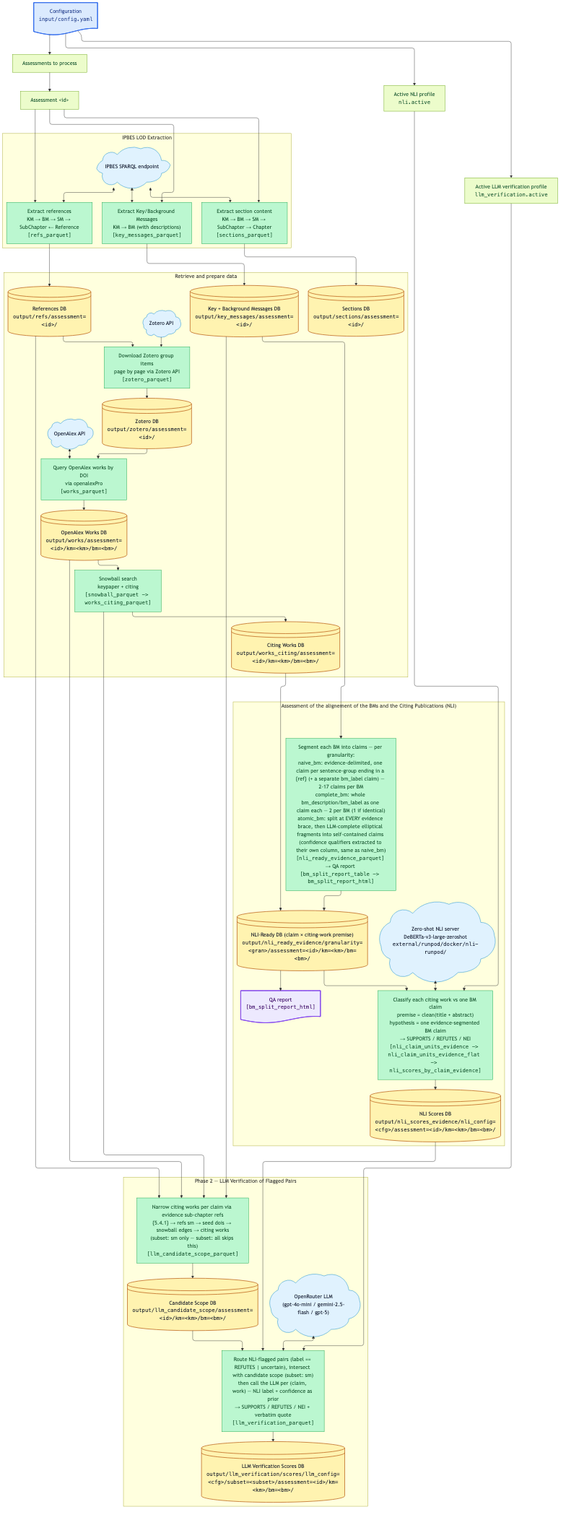
This is output/figures/workflow_nli.png from IPBES-Data/IPBES_BM_Fact_Checker, a Mermaid export, as it was before one commit. Its source is kept beside it as input/mmd/workflow_nli.mmd.
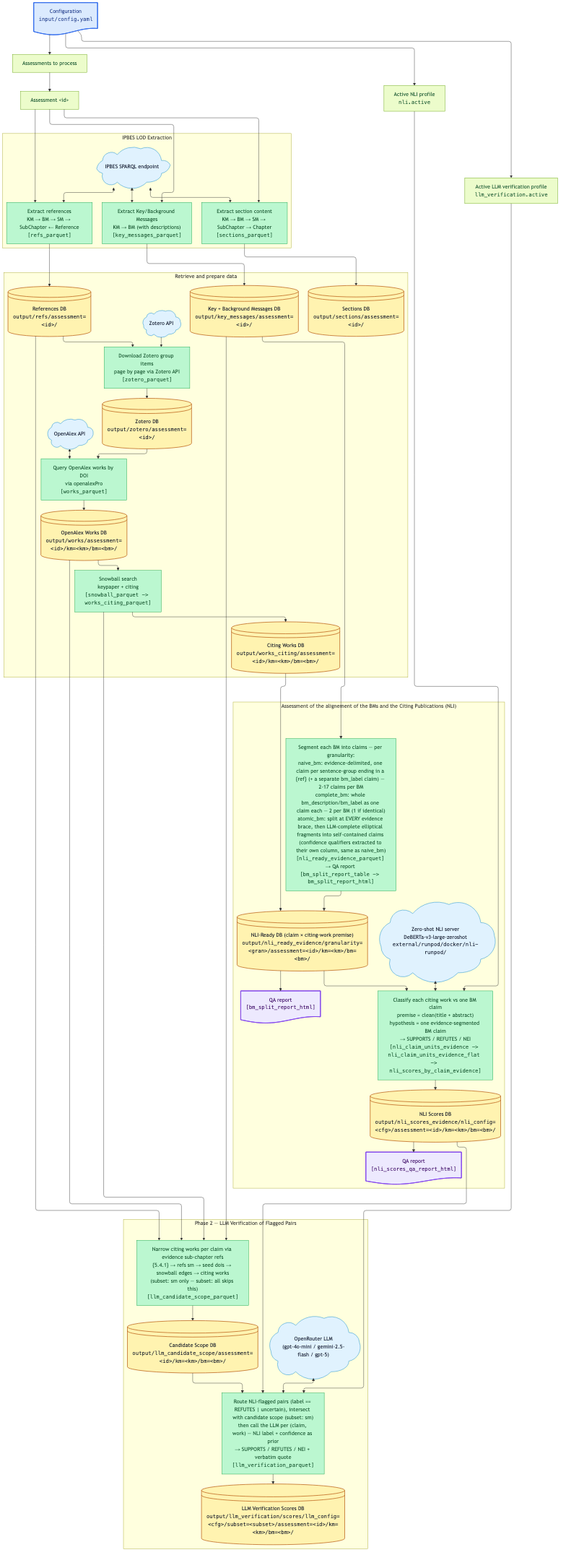
Above is the later version.

The edit, as a diff of the source:
```diff
@@ -71,12 +71,14 @@
     nli_scoring@{ shape: rect, label: "Classify each citing work vs one BM claim<br/>premise = clean(title + abstract)<br/>hypothesis = one evidence-segmented BM claim<br/>→ SUPPORTS / REFUTES / NEI<br/><tt>[nli_claim_units_evidence -> nli_claim_units_evidence_flat -> nli_scores_by_claim_evidence]</tt>" }
     nli_scores_db@{ shape: lin-cyl, label: "NLI Scores DB<br/><tt>output/nli_scores_evidence/nli_config=&lt;cfg&gt;/assessment=&lt;id&gt;/km=&lt;km&gt;/bm=&lt;bm&gt;/</tt>" }
     qa_bm_split@{ shape: doc, label: "QA report<br/><tt>[bm_split_report_html]</tt>" }
+    qa_nli_scores@{ shape: doc, label: "QA report<br/><tt>[nli_scores_qa_report_html]</tt>" }
 
     nli_segment --> nli_ready_db
     nli_ready_db --> nli_scoring
     nli_server <--> nli_scoring
     nli_scoring --> nli_scores_db
     nli_ready_db --> qa_bm_split
+    nli_scores_db --> qa_nli_scores
   end
 
   key_messages_db --> nli_segment
@@ -122,12 +124,12 @@
   classDef disabled    fill:#f1f5f9,stroke:#94a3b8,color:#64748b,stroke-width:1px,stroke-dasharray:4 3;
   classDef qa_report   fill:#ede9fe,stroke:#7c3aed,color:#3b0764,stroke-width:1.5px;
 
-  linkStyle 28 stroke:transparent,fill:none;
-  linkStyle 40 stroke:transparent,fill:none;
+  linkStyle 29 stroke:transparent,fill:none;
+  linkStyle 41 stroke:transparent,fill:none;
 
   class config_file input_file;
   class assessment_list,assessment_id,nli_active,llm_active config;
   class citing_db,refs_db,sections_db,key_messages_db,zotero_db,works_db,nli_ready_db,nli_scores_db,llm_scope_db,llm_scores_db database;
   class build_refs,build_sections,build_key_messages,download_zotero,download_works,snowball,nli_scoring,nli_segment,llm_scope,llm_verify processing;
   class sparql,zotero_api,openalex,nli_server,llm_server helper;
-  class qa_bm_split qa_report;
+  class qa_bm_split,qa_nli_scores qa_report;
```
